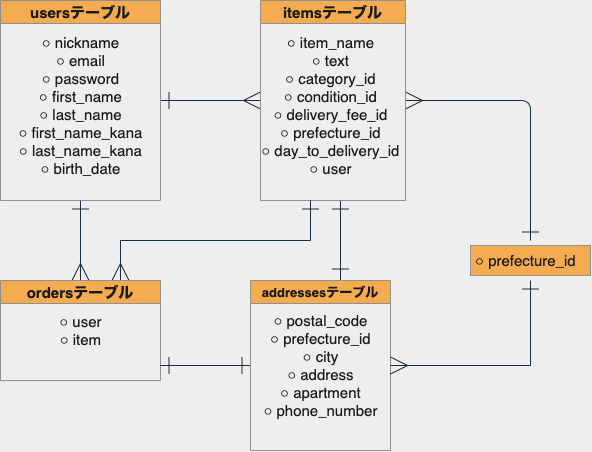
The draw.io diagram test.drawio.png in takayuki2315/furima-32625, before a commit. Source tidied: cells renumbered, new cells last; positions are measured from the earlier drawing's top-left corner, leaving out a move shared by most shapes.
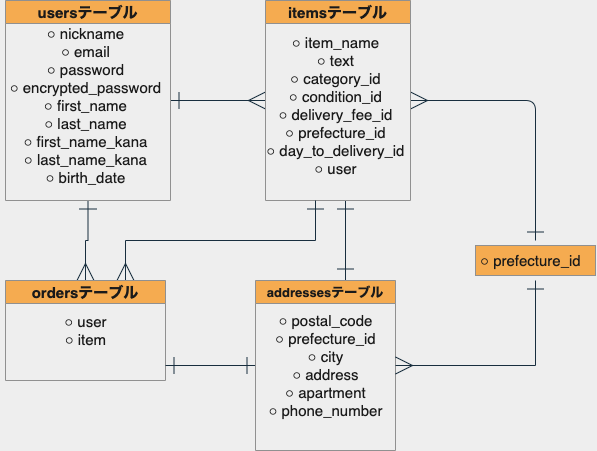
After the commit.

Commit message:
データベース設計３

Diff of the diagram source:
```diff
@@ -12,10 +12,10 @@
       <mxGeometry relative="1" as="geometry" />
     </mxCell>
     <mxCell id="5" value="usersテーブル" style="swimlane;fontSize=15;fillColor=#F5AB50;strokeColor=#909090;fontColor=#1A1A1A;" parent="1" vertex="1">
-      <mxGeometry width="160" height="200" as="geometry" />
+      <mxGeometry width="165" height="200" as="geometry" />
     </mxCell>
-    <mxCell id="6" value="○ nickname&lt;br style=&quot;font-size: 15px;&quot;&gt;○ email&lt;br style=&quot;font-size: 15px;&quot;&gt;○ password&lt;br style=&quot;font-size: 15px;&quot;&gt;○ first_name&lt;br style=&quot;font-size: 15px;&quot;&gt;○ last_name&lt;br style=&quot;font-size: 15px;&quot;&gt;○ first_name_kana&lt;br style=&quot;font-size: 15px;&quot;&gt;○ last_name_kana&lt;br style=&quot;font-size: 15px;&quot;&gt;○ birth_date&lt;br style=&quot;font-size: 15px;&quot;&gt;" style="text;html=1;align=center;verticalAlign=middle;fontSize=15;fontStyle=0;fontColor=#1A1A1A;" parent="5" vertex="1">
-      <mxGeometry x="10" y="30" width="140" height="150" as="geometry" />
+    <mxCell id="6" value="○ nickname&lt;br style=&quot;font-size: 15px&quot;&gt;○ email&lt;br style=&quot;font-size: 15px&quot;&gt;○ password&lt;br&gt;○ encrypted_password&lt;br style=&quot;font-size: 15px&quot;&gt;○ first_name&lt;br style=&quot;font-size: 15px&quot;&gt;○ last_name&lt;br style=&quot;font-size: 15px&quot;&gt;○ first_name_kana&lt;br style=&quot;font-size: 15px&quot;&gt;○ last_name_kana&lt;br style=&quot;font-size: 15px&quot;&gt;○ birth_date" style="text;html=1;align=center;verticalAlign=middle;fontSize=15;fontStyle=0;fontColor=#1A1A1A;" parent="5" vertex="1">
+      <mxGeometry x="-5" y="25" width="170" height="160" as="geometry" />
     </mxCell>
     <mxCell id="7" style="edgeStyle=orthogonalEdgeStyle;rounded=0;jettySize=auto;html=1;startArrow=ERone;startFill=0;startSize=15;endArrow=ERone;endFill=0;endSize=15;fontSize=15;strokeColor=#182E3E;fontColor=#1A1A1A;labelBackgroundColor=#EEEEEE;" parent="1" edge="1" source="9">
       <mxGeometry relative="1" as="geometry">
```
